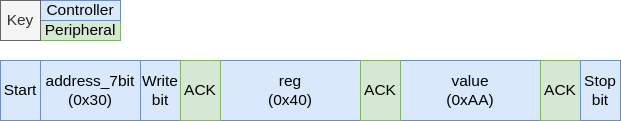
Earlier version of the draw.io export docs/modules/peripherals/images/I2C_Controller_Write_8_Bit_Register.png (AdamVeazey/edf). Source tidied: cells renumbered, new cells last; positions are measured from the earlier drawing's top-left corner, leaving out a move shared by most shapes.
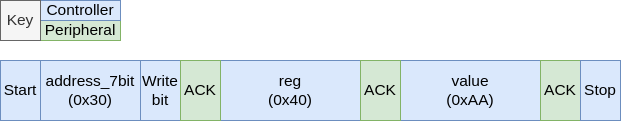
Later version of the same file.

Commit message:
Update images to not say 'stop bit' but just 'stop' instead

Diff of the diagram source:
```diff
@@ -35,7 +35,7 @@
     <mxCell id="12" value="ACK" style="rounded=0;whiteSpace=wrap;html=1;fontSize=15.5;fillColor=#d5e8d4;strokeColor=#82b366;fontFamily=Helvetica;labelBorderColor=none;" parent="1" vertex="1">
       <mxGeometry x="360" y="60" width="40" height="60" as="geometry" />
     </mxCell>
-    <mxCell id="13" value="Stop&lt;br style=&quot;font-size: 15.5px;&quot;&gt;bit" style="rounded=0;whiteSpace=wrap;html=1;fontSize=15.5;fillColor=#dae8fc;strokeColor=#6c8ebf;" parent="1" vertex="1">
+    <mxCell id="13" value="Stop" style="rounded=0;whiteSpace=wrap;html=1;fontSize=15.5;fillColor=#dae8fc;strokeColor=#6c8ebf;" parent="1" vertex="1">
       <mxGeometry x="580" y="60" width="40" height="60" as="geometry" />
     </mxCell>
   </root>
```
